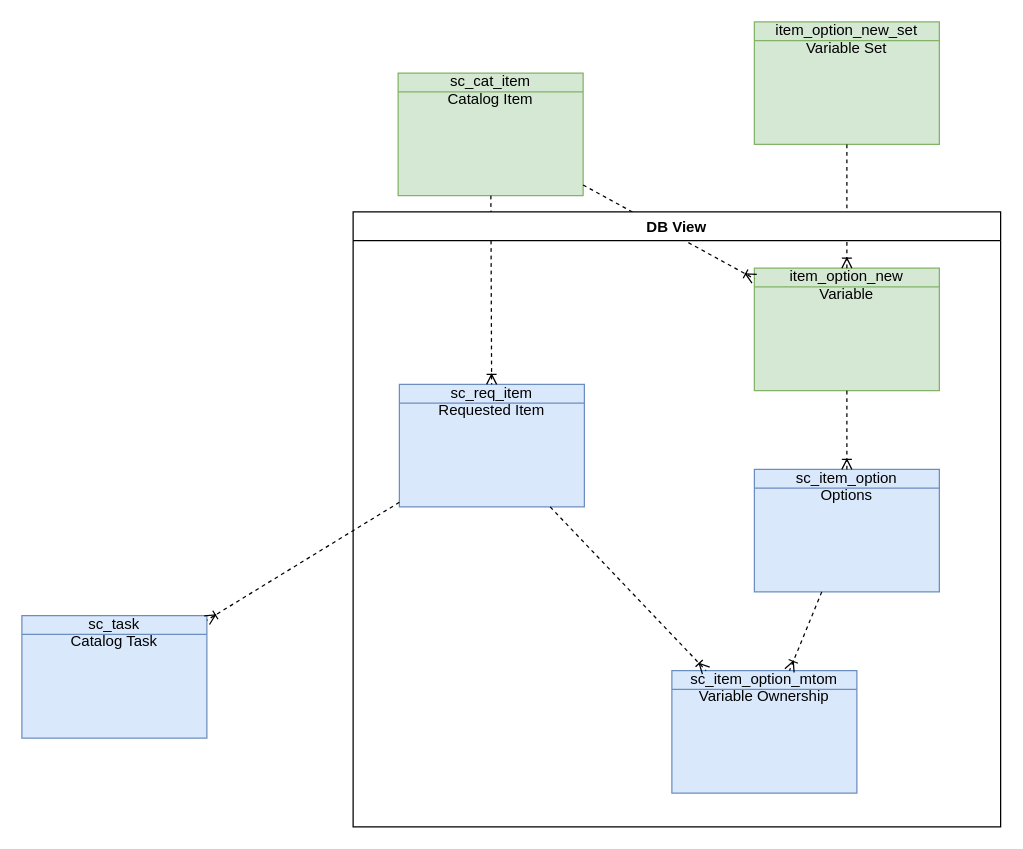
Before: page "Cat_PVS" (3 of 3) of DBsReClassV1.drawio in algimas/tmp, a draw.io diagram. Source tidied: cells renumbered, new cells numbered last; positions are measured from the earlier drawing's top-left corner, leaving out a move shared by most shapes. Both pictures are drawn from the tidied source at 125%, with x=0, y=0 at pixel (21, 21).
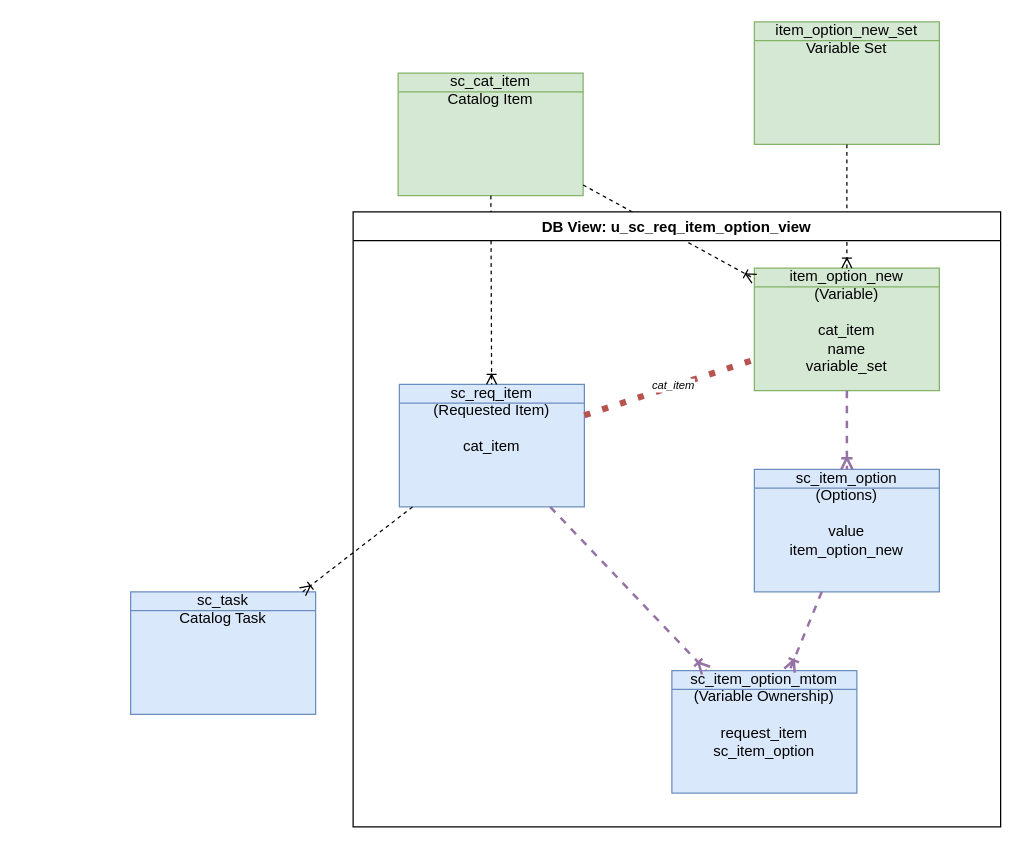
The same diagram, later.

What changed in the source:
```diff
@@
 <mxGraphModel>
   <root>
     <mxCell id="0" />
     <mxCell id="1" parent="0" />
-    <mxCell id="2" value="item_option_new&lt;br&gt;Variable" style="html=1;outlineConnect=0;whiteSpace=wrap;fillColor=#d5e8d4;shape=mxgraph.archimate3.businessObject;overflow=fill;strokeColor=#82b366;" parent="1" vertex="1">
+    <mxCell id="2" value="item_option_new&lt;br&gt;(Variable)&lt;br&gt;&lt;br&gt;cat_item&lt;br&gt;name&lt;br&gt;variable_set" style="html=1;outlineConnect=0;whiteSpace=wrap;fillColor=#d5e8d4;shape=mxgraph.archimate3.businessObject;overflow=fill;strokeColor=#82b366;" parent="1" vertex="1">
       <mxGeometry x="586" y="197" width="148" height="98" as="geometry" />
     </mxCell>
     <mxCell id="3" value="sc_cat_item&lt;br&gt;Catalog Item" style="html=1;outlineConnect=0;whiteSpace=wrap;fillColor=#d5e8d4;shape=mxgraph.archimate3.businessObject;overflow=fill;strokeColor=#82b366;" parent="1" vertex="1">
       <mxGeometry x="301" y="41" width="148" height="98" as="geometry" />
     </mxCell>
     <mxCell id="4" style="html=1;dashed=1;labelBackgroundColor=none;startArrow=none;endArrow=ERoneToMany;fontFamily=Verdana;fontSize=12;align=left;startFill=0;" parent="1" edge="1" source="3" target="2">
       <mxGeometry relative="1" as="geometry" />
     </mxCell>
     <mxCell id="5" value="item_option_new_set&lt;br style=&quot;border-color: var(--border-color);&quot;&gt;Variable Set" style="html=1;outlineConnect=0;whiteSpace=wrap;fillColor=#d5e8d4;shape=mxgraph.archimate3.businessObject;overflow=fill;strokeColor=#82b366;" parent="1" vertex="1">
       <mxGeometry x="586" width="148" height="98" as="geometry" />
     </mxCell>
     <mxCell id="6" style="html=1;dashed=1;labelBackgroundColor=none;startArrow=none;endArrow=ERoneToMany;fontFamily=Verdana;fontSize=12;align=left;startFill=0;" parent="1" edge="1" source="5" target="2">
       <mxGeometry relative="1" as="geometry" />
     </mxCell>
-    <mxCell id="7" value="sc_item_option_mtom&lt;br&gt;Variable Ownership" style="html=1;outlineConnect=0;whiteSpace=wrap;fillColor=#dae8fc;shape=mxgraph.archimate3.businessObject;overflow=fill;strokeColor=#6c8ebf;" parent="1" vertex="1">
+    <mxCell id="7" value="sc_item_option_mtom&lt;br&gt;(Variable Ownership)&lt;br&gt;&lt;br&gt;request_item&lt;br&gt;sc_item_option" style="html=1;outlineConnect=0;whiteSpace=wrap;fillColor=#dae8fc;shape=mxgraph.archimate3.businessObject;overflow=fill;strokeColor=#6c8ebf;" parent="1" vertex="1">
       <mxGeometry x="520" y="519" width="148" height="98" as="geometry" />
     </mxCell>
-    <mxCell id="8" value="sc_req_item&lt;br&gt;Requested Item" style="html=1;outlineConnect=0;whiteSpace=wrap;fillColor=#dae8fc;shape=mxgraph.archimate3.businessObject;overflow=fill;strokeColor=#6c8ebf;" parent="1" vertex="1">
+    <mxCell id="8" value="sc_req_item&lt;br&gt;(Requested Item)&lt;br&gt;&lt;br&gt;cat_item" style="html=1;outlineConnect=0;whiteSpace=wrap;fillColor=#dae8fc;shape=mxgraph.archimate3.businessObject;overflow=fill;strokeColor=#6c8ebf;" parent="1" vertex="1">
       <mxGeometry x="302" y="290" width="148" height="98" as="geometry" />
     </mxCell>
-    <mxCell id="9" style="html=1;dashed=1;labelBackgroundColor=none;startArrow=none;endArrow=ERoneToMany;fontFamily=Verdana;fontSize=12;align=left;startFill=0;" parent="1" edge="1" source="8" target="7">
+    <mxCell id="9" style="html=1;dashed=1;labelBackgroundColor=none;startArrow=none;endArrow=ERoneToMany;fontFamily=Verdana;fontSize=12;align=left;startFill=0;fillColor=#e1d5e7;strokeColor=#9673a6;strokeWidth=2;" parent="1" edge="1" source="8" target="7">
       <mxGeometry relative="1" as="geometry" />
     </mxCell>
-    <mxCell id="10" value="sc_item_option&lt;br&gt;Options" style="html=1;outlineConnect=0;whiteSpace=wrap;fillColor=#dae8fc;shape=mxgraph.archimate3.businessObject;overflow=fill;strokeColor=#6c8ebf;" parent="1" vertex="1">
+    <mxCell id="10" value="sc_item_option&lt;br&gt;(Options)&lt;br&gt;&lt;br&gt;value&lt;br&gt;item_option_new" style="html=1;outlineConnect=0;whiteSpace=wrap;fillColor=#dae8fc;shape=mxgraph.archimate3.businessObject;overflow=fill;strokeColor=#6c8ebf;" parent="1" vertex="1">
       <mxGeometry x="586" y="358" width="148" height="98" as="geometry" />
     </mxCell>
-    <mxCell id="11" style="html=1;dashed=1;labelBackgroundColor=none;startArrow=none;endArrow=ERoneToMany;fontFamily=Verdana;fontSize=12;align=left;startFill=0;" parent="1" edge="1" source="10" target="7">
+    <mxCell id="11" style="html=1;dashed=1;labelBackgroundColor=none;startArrow=none;endArrow=ERoneToMany;fontFamily=Verdana;fontSize=12;align=left;startFill=0;fillColor=#e1d5e7;strokeColor=#9673a6;strokeWidth=2;" parent="1" edge="1" source="10" target="7">
       <mxGeometry relative="1" as="geometry" />
     </mxCell>
     <mxCell id="12" value="sc_task&lt;br&gt;Catalog Task" style="html=1;outlineConnect=0;whiteSpace=wrap;fillColor=#dae8fc;shape=mxgraph.archimate3.businessObject;overflow=fill;strokeColor=#6c8ebf;" parent="1" vertex="1">
-      <mxGeometry y="475" width="148" height="98" as="geometry" />
+      <mxGeometry x="87" y="456" width="148" height="98" as="geometry" />
     </mxCell>
     <mxCell id="13" style="html=1;dashed=1;labelBackgroundColor=none;startArrow=none;endArrow=ERoneToMany;fontFamily=Verdana;fontSize=12;align=left;startFill=0;" parent="1" edge="1" source="8" target="12">
       <mxGeometry relative="1" as="geometry" />
     </mxCell>
     <mxCell id="14" style="html=1;dashed=1;labelBackgroundColor=none;startArrow=none;endArrow=ERoneToMany;fontFamily=Verdana;fontSize=12;align=left;startFill=0;" parent="1" edge="1" source="3" target="8">
       <mxGeometry relative="1" as="geometry" />
     </mxCell>
-    <mxCell id="15" style="html=1;dashed=1;labelBackgroundColor=none;startArrow=none;endArrow=ERoneToMany;fontFamily=Verdana;fontSize=12;align=left;startFill=0;" parent="1" edge="1" source="2" target="10">
+    <mxCell id="15" style="html=1;dashed=1;labelBackgroundColor=none;startArrow=none;endArrow=ERoneToMany;fontFamily=Verdana;fontSize=12;align=left;startFill=0;fillColor=#e1d5e7;strokeColor=#9673a6;strokeWidth=2;" parent="1" edge="1" source="2" target="10">
       <mxGeometry relative="1" as="geometry" />
     </mxCell>
-    <mxCell id="16" value="DB View" style="swimlane;" parent="1" vertex="1">
+    <mxCell id="16" value="DB View: u_sc_req_item_option_view" style="swimlane;" parent="1" vertex="1">
       <mxGeometry x="265" y="152" width="518" height="492" as="geometry" />
     </mxCell>
+    <mxCell id="17" style="endArrow=none;dashed=1;html=1;dashPattern=1 2;strokeWidth=5;rounded=0;strokeColor=#b85450;fillColor=#f8cecc;" parent="1" edge="1" source="8" target="2">
+      <mxGeometry relative="1" as="geometry" />
+    </mxCell>
+    <mxCell id="18" value="cat_item" style="edgeLabel;html=1;align=center;verticalAlign=middle;fontStyle=2;fontSize=9;" parent="17" vertex="1">
+      <mxGeometry x="0.04" y="1" relative="1" as="geometry" />
+    </mxCell>
   </root>
 </mxGraphModel>
```
